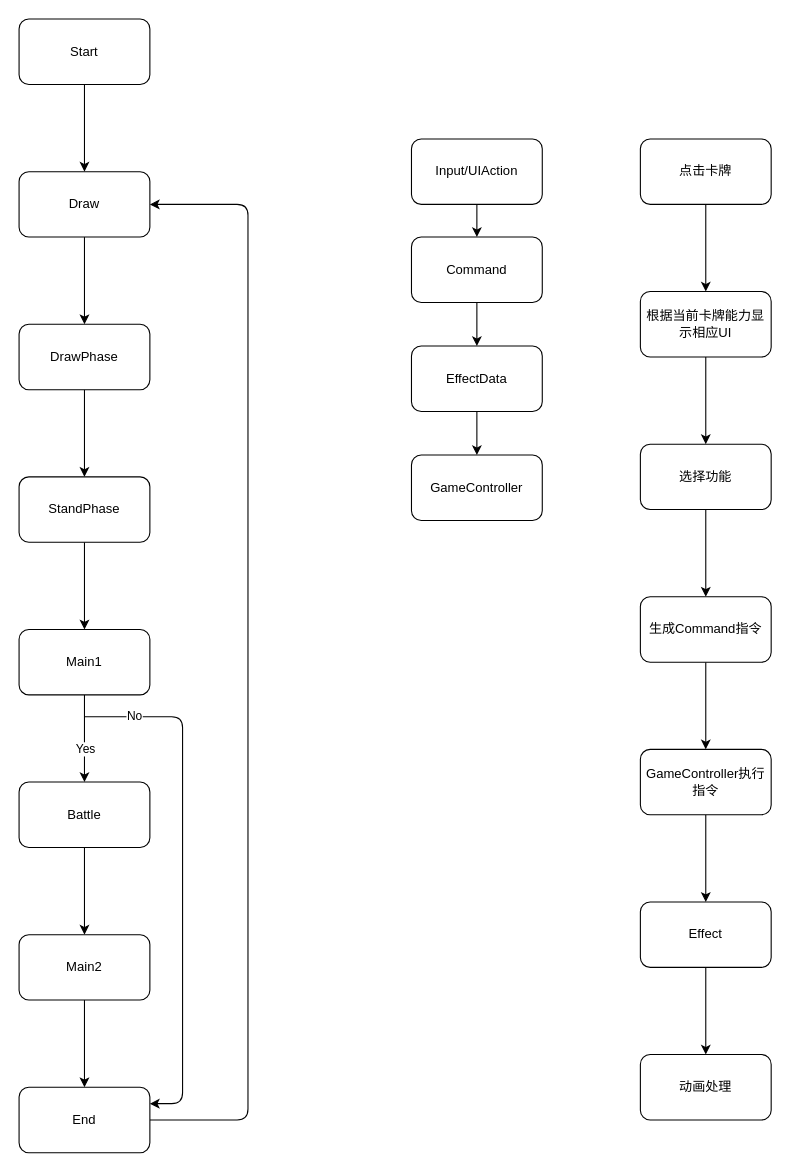
Before: Assets/SystemDesign.drawio in JianMaster/yu-gi-oh_training, a draw.io diagram. Source tidied: cells renumbered, new cells numbered last; positions are measured from the earlier drawing's top-left corner, leaving out a move shared by most shapes. Both pictures are drawn from the tidied source at 109%, with x=0, y=0 at pixel (19, 19).
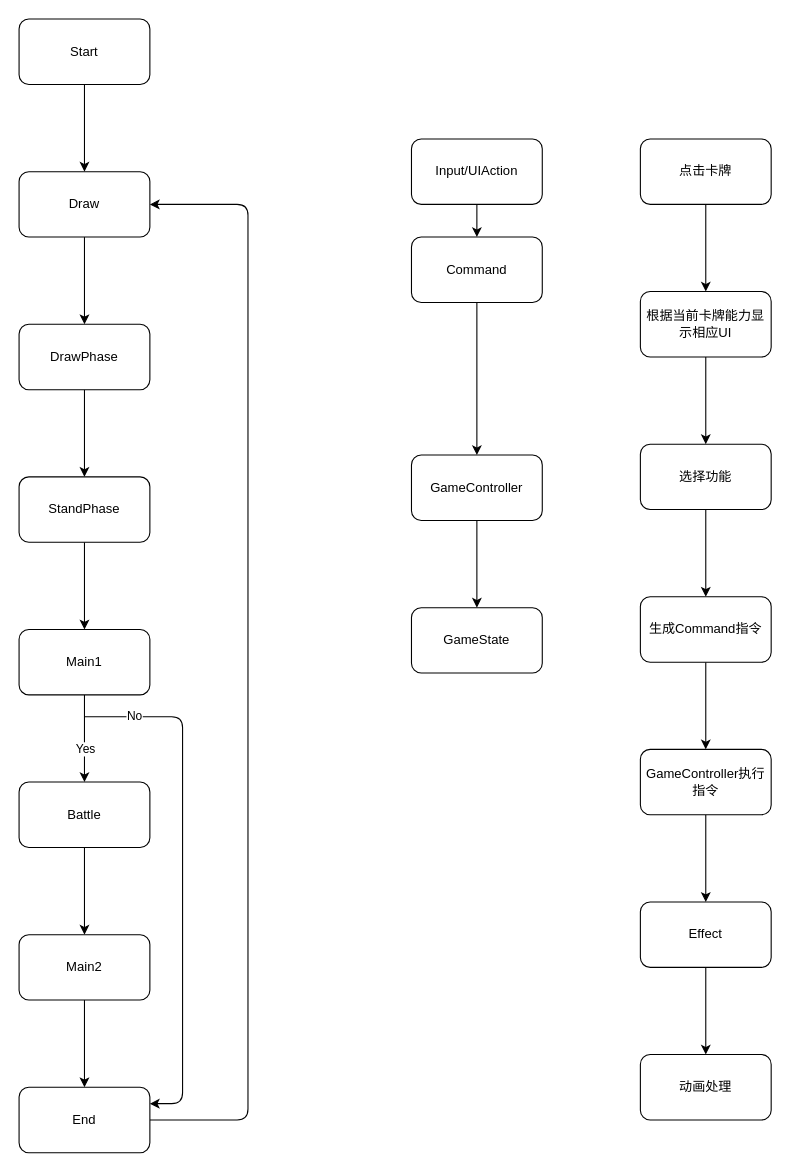
The same diagram, later.

Unchanged cells that the change refers to:
```xml
<mxCell id="23" value="GameController" style="whiteSpace=wrap;html=1;rounded=1;" parent="1" vertex="1">
  <mxGeometry x="360" y="400" width="120" height="60" as="geometry" />
</mxCell>
<mxCell id="27" value="Command" style="rounded=1;whiteSpace=wrap;html=1;" parent="1" vertex="1">
  <mxGeometry x="360" y="200" width="120" height="60" as="geometry" />
</mxCell>
```

The edit, as a diff of the source:
```diff
@@
+    <mxCell id="41" style="edgeStyle=none;html=1;" parent="1" edge="1" source="23" target="42">
+      <mxGeometry relative="1" as="geometry" />
+    </mxCell>
@@
-    <mxCell id="24" style="edgeStyle=none;html=1;exitX=0.5;exitY=1;exitDx=0;exitDy=0;entryX=0.5;entryY=0;entryDx=0;entryDy=0;" parent="1" edge="1" source="25" target="23">
-      <mxGeometry relative="1" as="geometry" />
-    </mxCell>
-    <mxCell id="25" value="EffectData" style="whiteSpace=wrap;html=1;rounded=1;" parent="1" vertex="1">
-      <mxGeometry x="360" y="300" width="120" height="60" as="geometry" />
-    </mxCell>
-    <mxCell id="26" style="edgeStyle=none;html=1;exitX=0.5;exitY=1;exitDx=0;exitDy=0;entryX=0.5;entryY=0;entryDx=0;entryDy=0;" parent="1" edge="1" source="27" target="25">
+    <mxCell id="26" style="edgeStyle=none;html=1;exitX=0.5;exitY=1;exitDx=0;exitDy=0;entryX=0.5;entryY=0;entryDx=0;entryDy=0;" parent="1" edge="1" source="27" target="23">
       <mxGeometry relative="1" as="geometry" />
     </mxCell>
@@
+    <mxCell id="42" value="GameState" style="whiteSpace=wrap;html=1;rounded=1;" parent="1" vertex="1">
+      <mxGeometry x="360" y="540" width="120" height="60" as="geometry" />
+    </mxCell>
```
